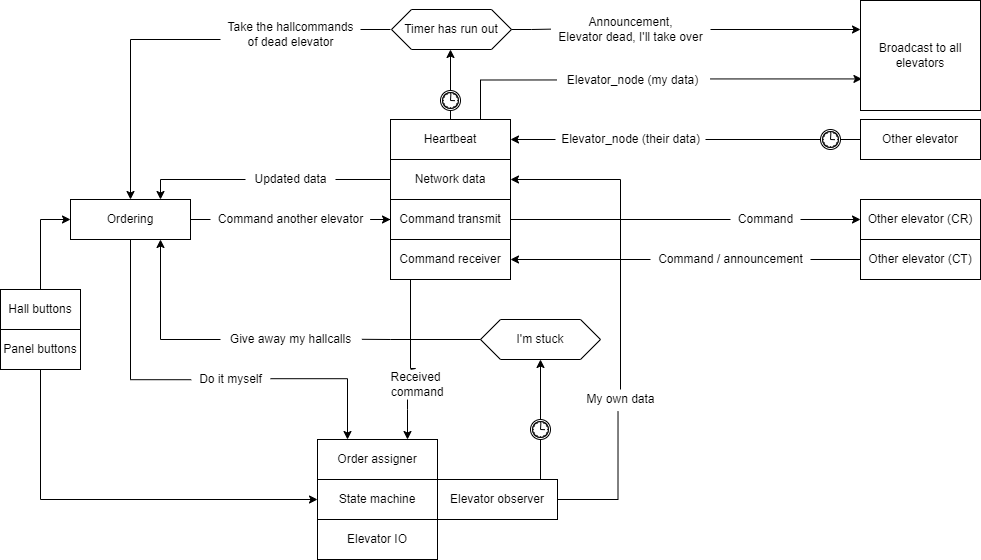
This is Fat_presentasjon/oversikt.drawio.png from oscarbm1998/Elevator-Project-TTK4145, a draw.io export, as it was before one commit. Source tidied: cells renumbered, new cells last; positions are measured from the earlier drawing's top-left corner, leaving out a move shared by most shapes.
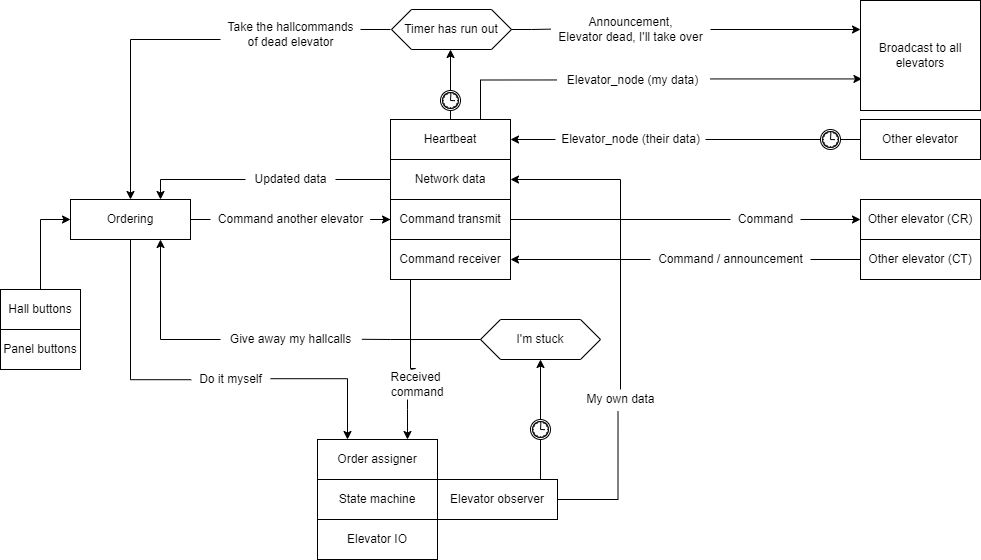
The same diagram one commit later.

What changed in the source:
```diff
@@ -164,13 +164,6 @@
     <mxCell id="46" value="Elevator IO" style="rounded=0;whiteSpace=wrap;html=1;" parent="1" vertex="1">
       <mxGeometry x="317" y="519" width="120" height="40" as="geometry" />
     </mxCell>
-    <mxCell id="47" style="edgeStyle=orthogonalEdgeStyle;rounded=0;jettySize=auto;html=1;" parent="1" edge="1" source="48" target="28">
-      <mxGeometry relative="1" as="geometry">
-        <Array as="points">
-          <mxPoint x="40" y="499" />
-        </Array>
-      </mxGeometry>
-    </mxCell>
     <mxCell id="48" value="Panel buttons" style="rounded=0;whiteSpace=wrap;html=1;" parent="1" vertex="1">
       <mxGeometry y="329" width="80" height="40" as="geometry" />
     </mxCell>
```
